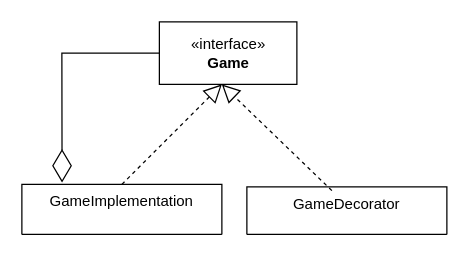
Above: decorator.drawio in els187/ece1145-pitt (draw.io), before the change. Source tidied: cells renumbered, new cells numbered last; positions are measured from the earlier drawing's top-left corner, leaving out a move shared by most shapes. Both pictures are drawn from the tidied source at 125%, with x=0, y=0 at pixel (21, 21).
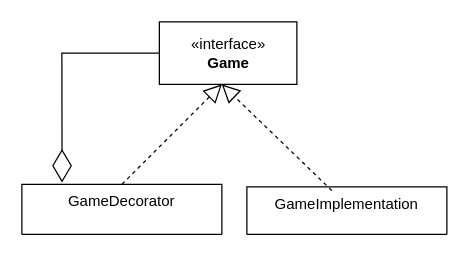
After the change.

Change to the diagram source:
```diff
@@
 <mxGraphModel>
   <root>
     <mxCell id="0" />
     <mxCell id="1" parent="0" />
-    <mxCell id="2" value="GameImplementation" style="swimlane;fontStyle=0;align=center;verticalAlign=top;horizontal=1;startSize=40;rounded=0;shadow=0;strokeWidth=1;" parent="1" vertex="1">
+    <mxCell id="2" value="GameDecorator" style="swimlane;fontStyle=0;align=center;verticalAlign=top;horizontal=1;startSize=40;rounded=0;shadow=0;strokeWidth=1;" parent="1" vertex="1">
       <mxGeometry y="130" width="160" height="40" as="geometry" />
     </mxCell>
-    <mxCell id="3" value="GameDecorator" style="swimlane;fontStyle=0;align=center;verticalAlign=top;horizontal=1;startSize=118;rounded=0;shadow=0;strokeWidth=1;" parent="1" vertex="1">
+    <mxCell id="3" value="GameImplementation" style="swimlane;fontStyle=0;align=center;verticalAlign=top;horizontal=1;startSize=118;rounded=0;shadow=0;strokeWidth=1;" parent="1" vertex="1">
       <mxGeometry x="180" y="132" width="160" height="38" as="geometry" />
     </mxCell>
     <mxCell id="4" value="«interface»&lt;br&gt;&lt;b&gt;Game&lt;/b&gt;" style="html=1;" parent="1" vertex="1">
       <mxGeometry x="110" width="110" height="50" as="geometry" />
     </mxCell>
     <mxCell id="5" style="endArrow=block;dashed=1;endFill=0;endSize=12;html=1;rounded=0;exitX=0.5;exitY=0;exitDx=0;exitDy=0;" parent="1" edge="1" source="2">
       <mxGeometry relative="1" as="geometry">
         <mxPoint x="160" y="50" as="targetPoint" />
       </mxGeometry>
     </mxCell>
     <mxCell id="6" style="endArrow=block;dashed=1;endFill=0;endSize=12;html=1;rounded=0;exitX=0.425;exitY=0.079;exitDx=0;exitDy=0;exitPerimeter=0;" parent="1" edge="1" source="3">
       <mxGeometry relative="1" as="geometry">
         <mxPoint x="160" y="50" as="targetPoint" />
       </mxGeometry>
     </mxCell>
     <mxCell id="7" style="endArrow=diamondThin;endFill=0;endSize=24;html=1;rounded=0;entryX=0.201;entryY=-0.035;entryDx=0;entryDy=0;entryPerimeter=0;exitX=0;exitY=0.5;exitDx=0;exitDy=0;" parent="1" edge="1" source="4" target="2">
       <mxGeometry relative="1" as="geometry">
         <Array as="points">
           <mxPoint x="32" y="25" />
         </Array>
       </mxGeometry>
     </mxCell>
   </root>
 </mxGraphModel>
```
